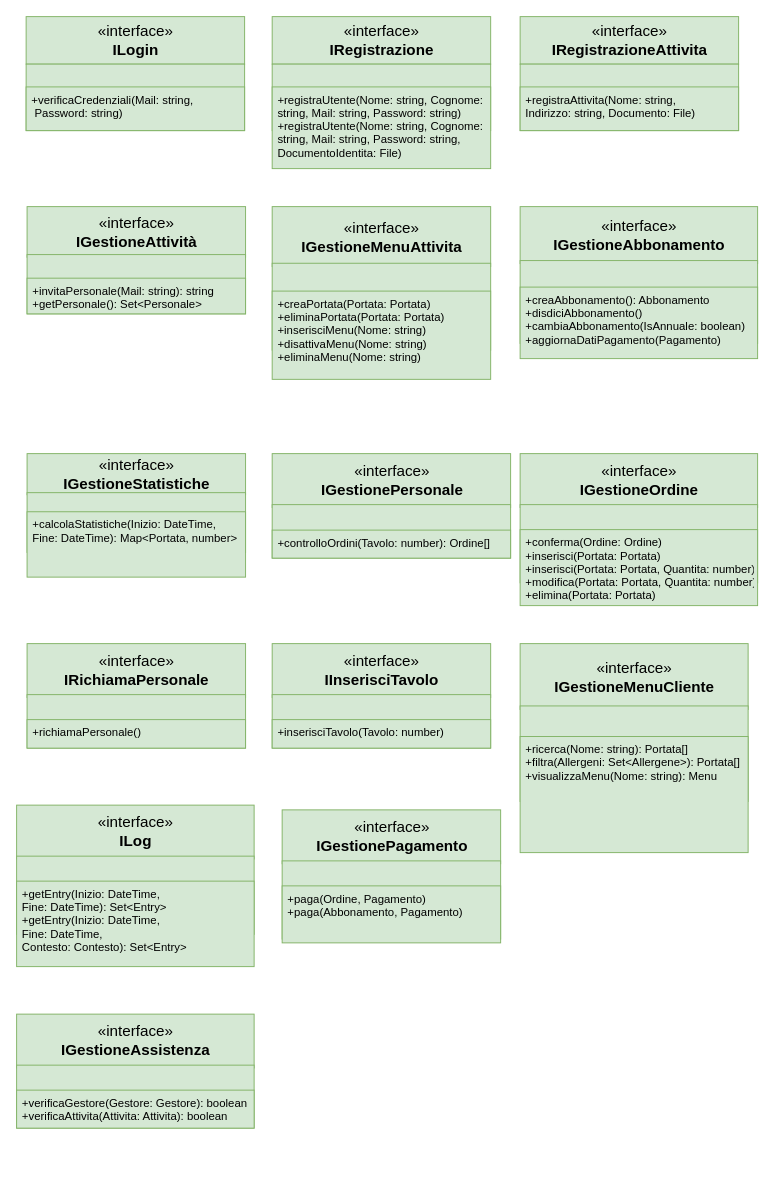
Before: progettazione/interfacce.drawio in Marco-Burattoni/Progetto-ids, a draw.io diagram. Source tidied: cells renumbered, new cells numbered last; positions are measured from the earlier drawing's top-left corner, leaving out a move shared by most shapes. Both pictures are drawn from the tidied source at 95%, with x=0, y=0 at pixel (16, 16).
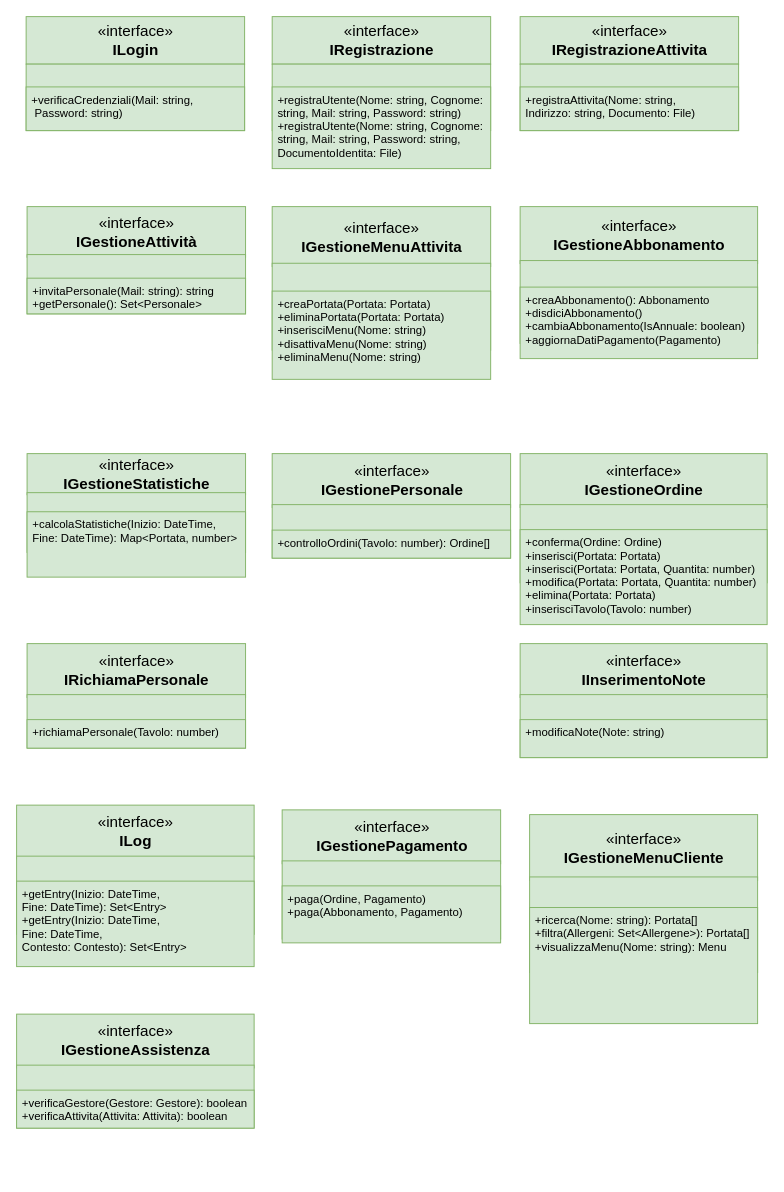
The same diagram, later.

Unchanged cells that the change refers to:
```xml
<mxCell id="42" style="group;" parent="1" vertex="1">
  <mxGeometry x="11" y="660" width="230" height="170" as="geometry" />
</mxCell>
```

Diff of the diagram source:
```diff
@@
     <mxCell id="32" style="group;" parent="1" vertex="1">
-      <mxGeometry x="530" y="460" width="250" height="170" as="geometry" />
+      <mxGeometry x="530" y="460" width="260" height="180" as="geometry" />
     </mxCell>
     <mxCell id="33" value="«interface»&lt;br&gt;&lt;b&gt;IGestioneOrdine&lt;/b&gt;" style="html=1;fontSize=16;fillColor=#d5e8d4;strokeColor=#82b366;" parent="32" vertex="1">
-      <mxGeometry width="250" height="56.7" as="geometry" />
+      <mxGeometry width="260" height="56.7" as="geometry" />
     </mxCell>
     <mxCell id="34" style="html=1;fontSize=16;fillColor=#d5e8d4;strokeColor=#82b366;" parent="32" vertex="1">
-      <mxGeometry y="53.7" width="250" height="82.3" as="geometry" />
+      <mxGeometry y="53.7" width="260" height="82.3" as="geometry" />
     </mxCell>
     <mxCell id="35" style="line;strokeWidth=1;fillColor=#d5e8d4;align=left;verticalAlign=middle;spacingTop=-1;spacingLeft=3;spacingRight=3;labelPosition=right;strokeColor=#82b366;fontSize=16;" parent="32" vertex="1">
-      <mxGeometry y="80.5" width="250" height="9.1" as="geometry" />
+      <mxGeometry y="80.5" width="260" height="9.1" as="geometry" />
     </mxCell>
-    <mxCell id="36" value="+conferma(Ordine: Ordine)&#10;+inserisci(Portata: Portata)&#10;+inserisci(Portata: Portata, Quantita: number)&#10;+modifica(Portata: Portata, Quantita: number)&#10;+elimina(Portata: Portata)" style="text;strokeColor=#82b366;fillColor=#d5e8d4;align=left;verticalAlign=top;spacingLeft=4;spacingRight=4;overflow=hidden;fontSize=12;" parent="32" vertex="1">
-      <mxGeometry y="80" width="250" height="80" as="geometry" />
+    <mxCell id="36" value="+conferma(Ordine: Ordine)&#10;+inserisci(Portata: Portata)&#10;+inserisci(Portata: Portata, Quantita: number)&#10;+modifica(Portata: Portata, Quantita: number)&#10;+elimina(Portata: Portata)&#10;+inserisciTavolo(Tavolo: number)" style="text;strokeColor=#82b366;fillColor=#d5e8d4;align=left;verticalAlign=top;spacingLeft=4;spacingRight=4;overflow=hidden;fontSize=12;" parent="32" vertex="1">
+      <mxGeometry y="80" width="260" height="100" as="geometry" />
     </mxCell>
@@
-    <mxCell id="46" value="+richiamaPersonale()" style="text;strokeColor=#82b366;fillColor=#d5e8d4;align=left;verticalAlign=top;spacingLeft=4;spacingRight=4;overflow=hidden;fontSize=12;" parent="42" vertex="1">
+    <mxCell id="46" value="+richiamaPersonale(Tavolo: number)" style="text;strokeColor=#82b366;fillColor=#d5e8d4;align=left;verticalAlign=top;spacingLeft=4;spacingRight=4;overflow=hidden;fontSize=12;" parent="42" vertex="1">
       <mxGeometry y="80" width="230" height="30" as="geometry" />
     </mxCell>
@@
-    <mxCell id="57" style="group;" parent="1" vertex="1">
-      <mxGeometry x="269" y="660" width="230" height="170" as="geometry" />
-    </mxCell>
-    <mxCell id="58" value="«interface»&lt;br&gt;&lt;b&gt;IInserisciTavolo&lt;/b&gt;" style="html=1;fontSize=16;fillColor=#d5e8d4;strokeColor=#82b366;" parent="57" vertex="1">
-      <mxGeometry width="230" height="56.7" as="geometry" />
-    </mxCell>
-    <mxCell id="59" style="html=1;fontSize=16;fillColor=#d5e8d4;strokeColor=#82b366;" parent="57" vertex="1">
-      <mxGeometry y="53.7" width="230" height="56.3" as="geometry" />
-    </mxCell>
-    <mxCell id="60" style="line;strokeWidth=1;fillColor=#d5e8d4;align=left;verticalAlign=middle;spacingTop=-1;spacingLeft=3;spacingRight=3;labelPosition=right;strokeColor=#82b366;fontSize=16;" parent="57" vertex="1">
-      <mxGeometry y="80.5" width="230" height="9.1" as="geometry" />
-    </mxCell>
-    <mxCell id="61" value="+inserisciTavolo(Tavolo: number)" style="text;strokeColor=#82b366;fillColor=#d5e8d4;align=left;verticalAlign=top;spacingLeft=4;spacingRight=4;overflow=hidden;fontSize=12;" parent="57" vertex="1">
-      <mxGeometry y="80" width="230" height="30" as="geometry" />
-    </mxCell>
@@
     <mxCell id="72" style="group;" parent="1" vertex="1">
-      <mxGeometry x="530" y="660" width="240" height="220" as="geometry" />
+      <mxGeometry x="540" y="840" width="240" height="220" as="geometry" />
     </mxCell>
@@
+    <mxCell id="77" style="group;" parent="1" vertex="1">
+      <mxGeometry x="530" y="660" width="260" height="170" as="geometry" />
+    </mxCell>
+    <mxCell id="78" value="«interface»&lt;br&gt;&lt;b&gt;IInserimentoNote&lt;/b&gt;" style="html=1;fontSize=16;fillColor=#d5e8d4;strokeColor=#82b366;" parent="77" vertex="1">
+      <mxGeometry width="260" height="56.7" as="geometry" />
+    </mxCell>
+    <mxCell id="79" style="html=1;fontSize=16;fillColor=#d5e8d4;strokeColor=#82b366;" parent="77" vertex="1">
+      <mxGeometry y="53.7" width="260" height="66.3" as="geometry" />
+    </mxCell>
+    <mxCell id="80" style="line;strokeWidth=1;fillColor=#d5e8d4;align=left;verticalAlign=middle;spacingTop=-1;spacingLeft=3;spacingRight=3;labelPosition=right;strokeColor=#82b366;fontSize=16;" parent="77" vertex="1">
+      <mxGeometry y="80.5" width="260" height="9.1" as="geometry" />
+    </mxCell>
+    <mxCell id="81" value="+modificaNote(Note: string)" style="text;strokeColor=#82b366;fillColor=#d5e8d4;align=left;verticalAlign=top;spacingLeft=4;spacingRight=4;overflow=hidden;fontSize=12;" parent="77" vertex="1">
+      <mxGeometry y="80" width="260" height="40" as="geometry" />
+    </mxCell>
```
